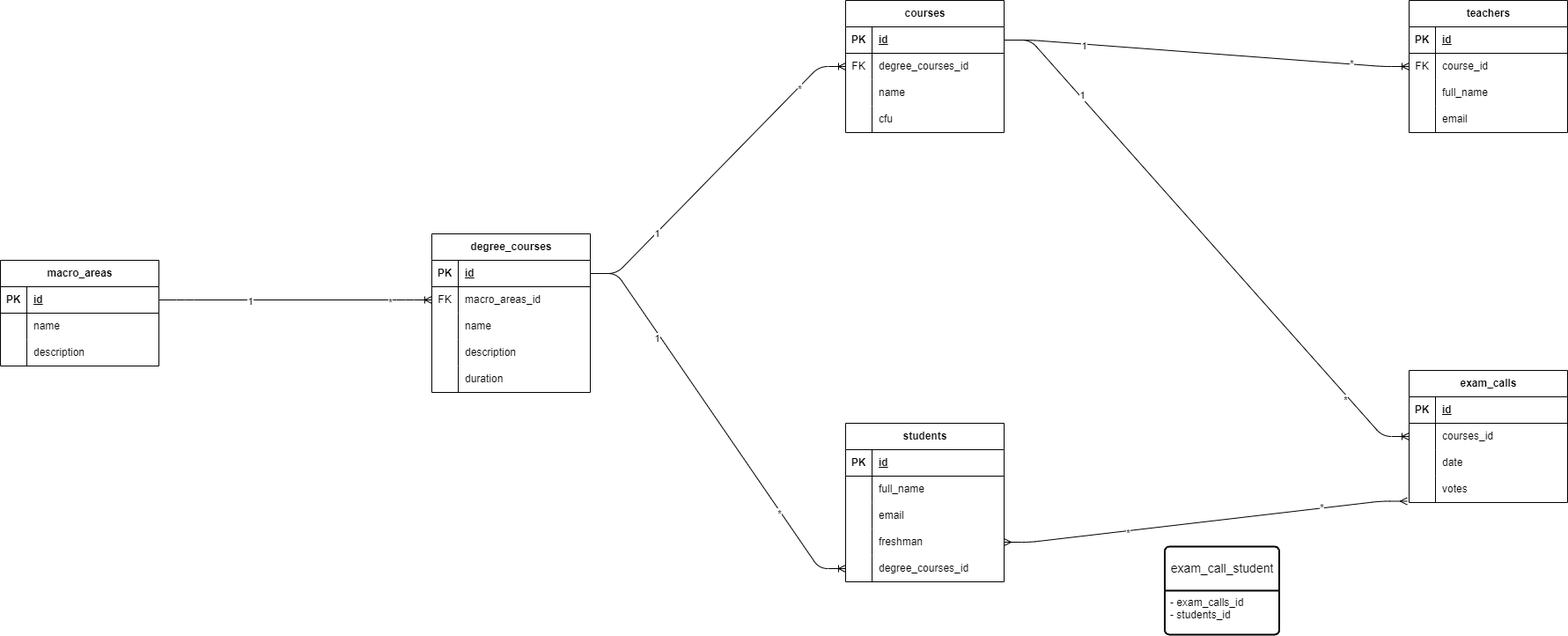
This is university.png from leonardopalluzzi/db-university, a draw.io export, as it was before one commit. Source tidied: cells renumbered, new cells last; positions are measured from the earlier drawing's top-left corner, leaving out a move shared by most shapes.
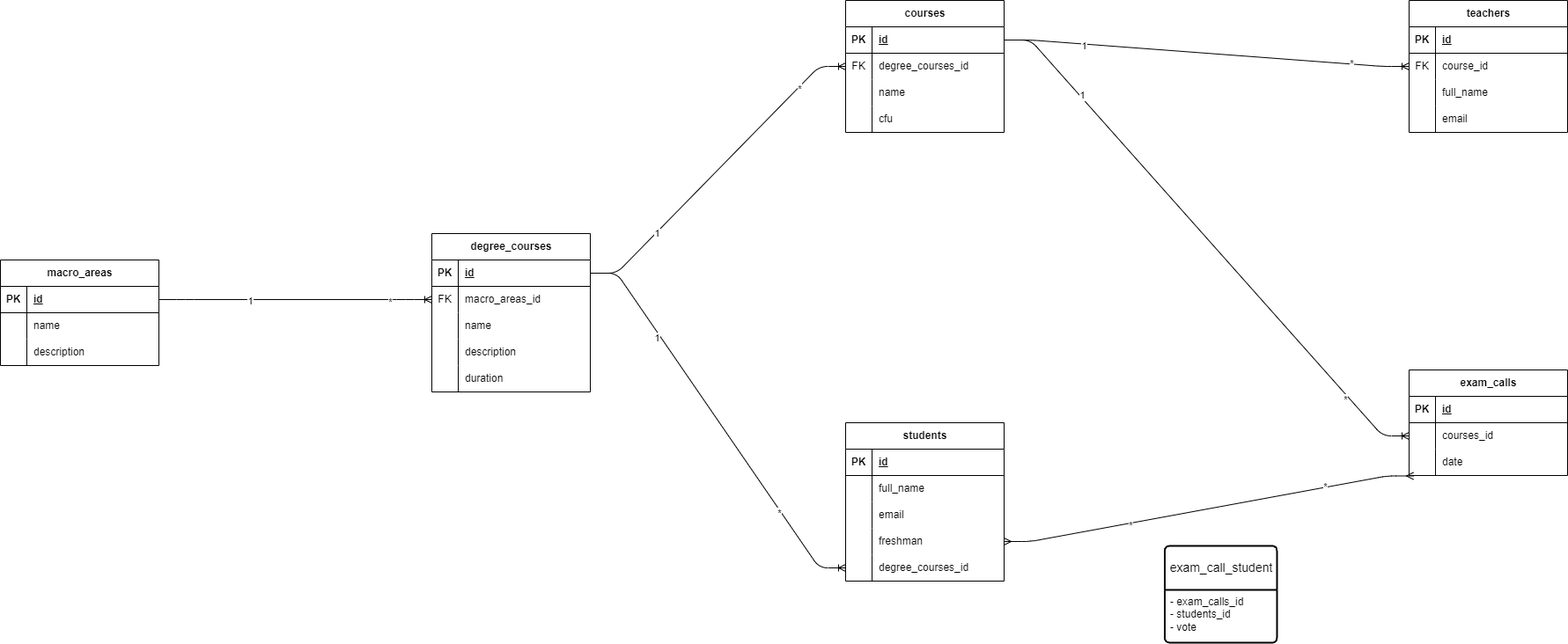
The same file after the commit.

Commit message:
edit vote key  from exam_calls table to axam_call_student pivot table

Change to the diagram source:
```diff
@@ -234,7 +234,7 @@
       <mxGeometry x="0.54" y="-2" relative="1" as="geometry" />
     </mxCell>
     <mxCell id="79" value="exam_calls" style="shape=table;startSize=30;rowLines=0;fontStyle=1;align=center;html=1;" parent="1" vertex="1">
-      <mxGeometry x="1600" y="420" width="180" height="150" as="geometry" />
+      <mxGeometry x="1600" y="420" width="180" height="120" as="geometry" />
     </mxCell>
     <mxCell id="80" style="shape=tableRow;horizontal=0;startSize=0;swimlaneHead=0;swimlaneBody=0;fillColor=none;top=0;left=0;right=0;bottom=1;" parent="79" vertex="1">
       <mxGeometry y="30" width="180" height="30" as="geometry" />
@@ -263,15 +263,6 @@
     <mxCell id="88" value="date" style="shape=partialRectangle;fillColor=none;top=0;left=0;bottom=0;right=0;align=left;spacingLeft=6;overflow=hidden;whiteSpace=wrap;html=1;" parent="86" vertex="1">
       <mxGeometry x="30" width="150" height="30" as="geometry" />
     </mxCell>
-    <mxCell id="89" style="shape=tableRow;horizontal=0;startSize=0;swimlaneHead=0;swimlaneBody=0;fillColor=none;points=[[0,0.5],[1,0.5]];portConstraint=eastwest;top=0;left=0;right=0;bottom=0;" parent="79" vertex="1">
-      <mxGeometry y="120" width="180" height="30" as="geometry" />
-    </mxCell>
-    <mxCell id="90" style="shape=partialRectangle;fillColor=none;top=0;left=0;bottom=0;right=0;overflow=hidden;whiteSpace=wrap;html=1;" parent="89" vertex="1">
-      <mxGeometry width="30" height="30" as="geometry" />
-    </mxCell>
-    <mxCell id="91" value="votes" style="shape=partialRectangle;fillColor=none;top=0;left=0;bottom=0;right=0;align=left;spacingLeft=6;overflow=hidden;whiteSpace=wrap;html=1;" parent="89" vertex="1">
-      <mxGeometry x="30" width="150" height="30" as="geometry" />
-    </mxCell>
     <mxCell id="92" style="edgeStyle=entityRelationEdgeStyle;fontSize=12;html=1;endArrow=ERoneToMany;entryX=0;entryY=0.5;entryDx=0;entryDy=0;" parent="1" edge="1" source="61" target="83">
       <mxGeometry relative="1" as="geometry" />
     </mxCell>
@@ -281,7 +272,7 @@
     <mxCell id="94" value="1" style="edgeLabel;html=1;align=center;verticalAlign=middle;" parent="92" vertex="1">
       <mxGeometry x="-0.65" y="2" relative="1" as="geometry" />
     </mxCell>
-    <mxCell id="95" style="edgeStyle=entityRelationEdgeStyle;fontSize=12;html=1;endArrow=ERmany;startArrow=ERmany;exitX=1;exitY=0.5;exitDx=0;exitDy=0;entryX=-0.012;entryY=0.95;entryDx=0;entryDy=0;entryPerimeter=0;" parent="1" edge="1" source="35" target="89">
+    <mxCell id="95" style="edgeStyle=entityRelationEdgeStyle;fontSize=12;html=1;endArrow=ERmany;startArrow=ERmany;exitX=1;exitY=0.5;exitDx=0;exitDy=0;entryX=0.028;entryY=1.016;entryDx=0;entryDy=0;entryPerimeter=0;" parent="1" edge="1" source="35" target="86">
       <mxGeometry relative="1" as="geometry" />
     </mxCell>
     <mxCell id="96" value="*" style="edgeLabel;html=1;align=center;verticalAlign=middle;" parent="95" vertex="1">
@@ -291,10 +282,10 @@
       <mxGeometry x="0.57" y="1" relative="1" as="geometry" />
     </mxCell>
     <mxCell id="98" value="exam_call_student" style="swimlane;horizontal=1;startSize=50;rounded=1;fontSize=14;fontStyle=0;strokeWidth=2;shadow=0;dashed=0;align=center;arcSize=4;whiteSpace=wrap;html=1;" parent="1" vertex="1">
-      <mxGeometry x="1322.5" y="620" width="130" height="100" as="geometry" />
+      <mxGeometry x="1322.5" y="620" width="127.5" height="110" as="geometry" />
     </mxCell>
-    <mxCell id="99" value="- exam_calls_id&lt;div&gt;- students_id&lt;/div&gt;" style="align=left;strokeColor=none;fillColor=none;spacingLeft=4;fontSize=12;verticalAlign=top;html=1;" parent="98" vertex="1">
-      <mxGeometry y="50" width="130" height="50" as="geometry" />
+    <mxCell id="99" value="- exam_calls_id&lt;div&gt;- students_id&lt;/div&gt;&lt;div&gt;- vote&lt;/div&gt;" style="align=left;strokeColor=none;fillColor=none;spacingLeft=4;fontSize=12;verticalAlign=top;html=1;" parent="98" vertex="1">
+      <mxGeometry y="50" width="127.5" height="60" as="geometry" />
     </mxCell>
     <mxCell id="100" style="edgeStyle=entityRelationEdgeStyle;fontSize=12;html=1;endArrow=ERoneToMany;exitX=1;exitY=0.5;exitDx=0;exitDy=0;entryX=0;entryY=0.5;entryDx=0;entryDy=0;" parent="1" edge="1" source="61" target="16">
       <mxGeometry relative="1" as="geometry" />
```
